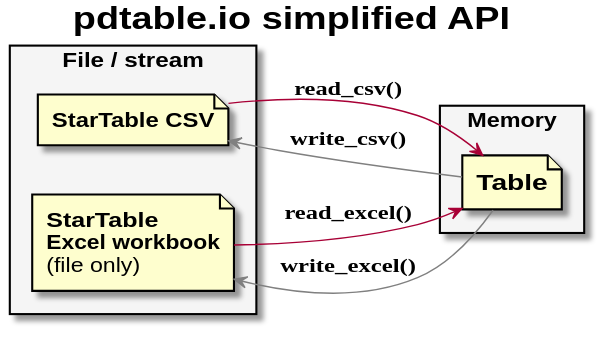
The PlantUML diagram docs/diagrams/img/io_simple/io_simple.svg in startable/pdtable, before a commit.
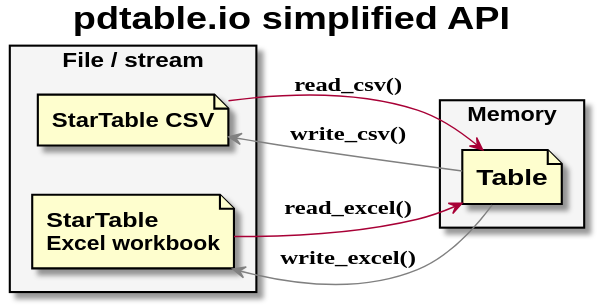
The same file after the commit.

Commit message:
Remove "file only" remarks from I/O diagrams

Change to the diagram source:
```diff
@@ -9,7 +9,7 @@
 
 rectangle files as "File / stream" #WhiteSmoke {
     file csv as "<b>StarTable CSV"
-    file xl as "<b>StarTable\n<b>Excel workbook\n(file only)"
+    file xl as "<b>StarTable\n<b>Excel workbook"
 }
 
 rectangle memory as "Memory" #WhiteSmoke {
```
